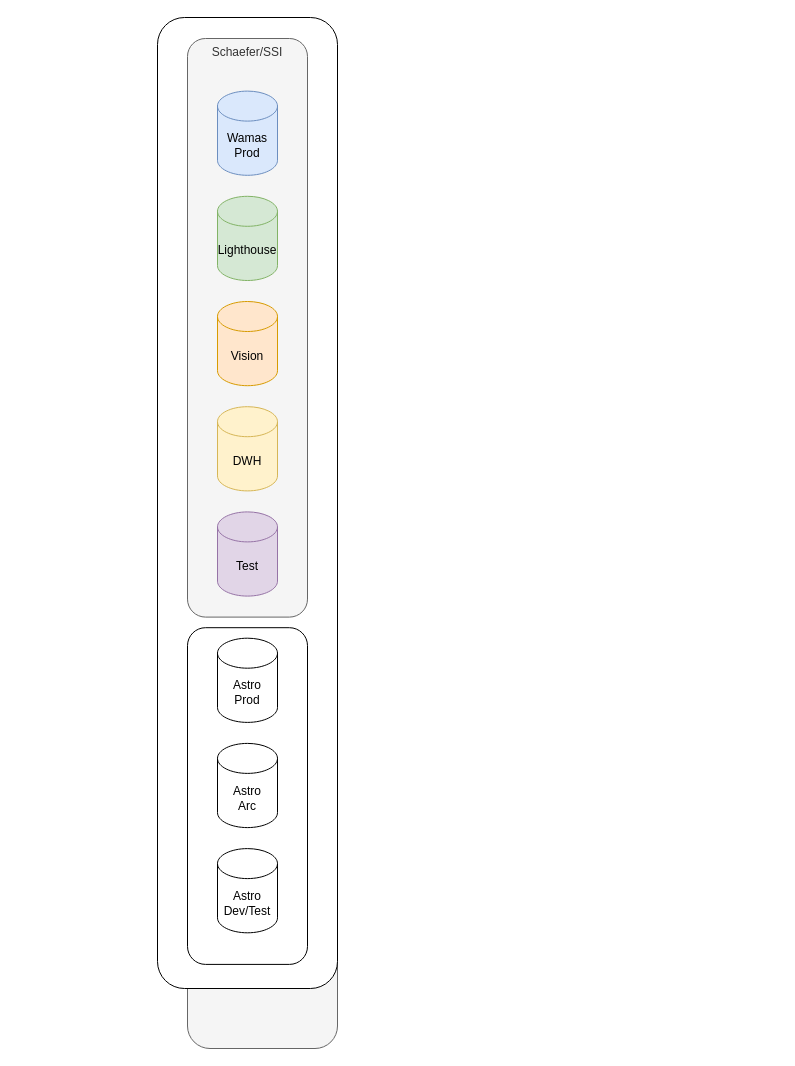
lhirdman/log4 keeps this draw.io diagram as databases_overview.drawio. Above is the earlier version. Source tidied: cells renumbered, new cells numbered last; positions are measured from the earlier drawing's top-left corner, leaving out a move shared by most shapes. Both pictures are drawn from the tidied source at 100%, with x=0, y=0 at pixel (157, 17).
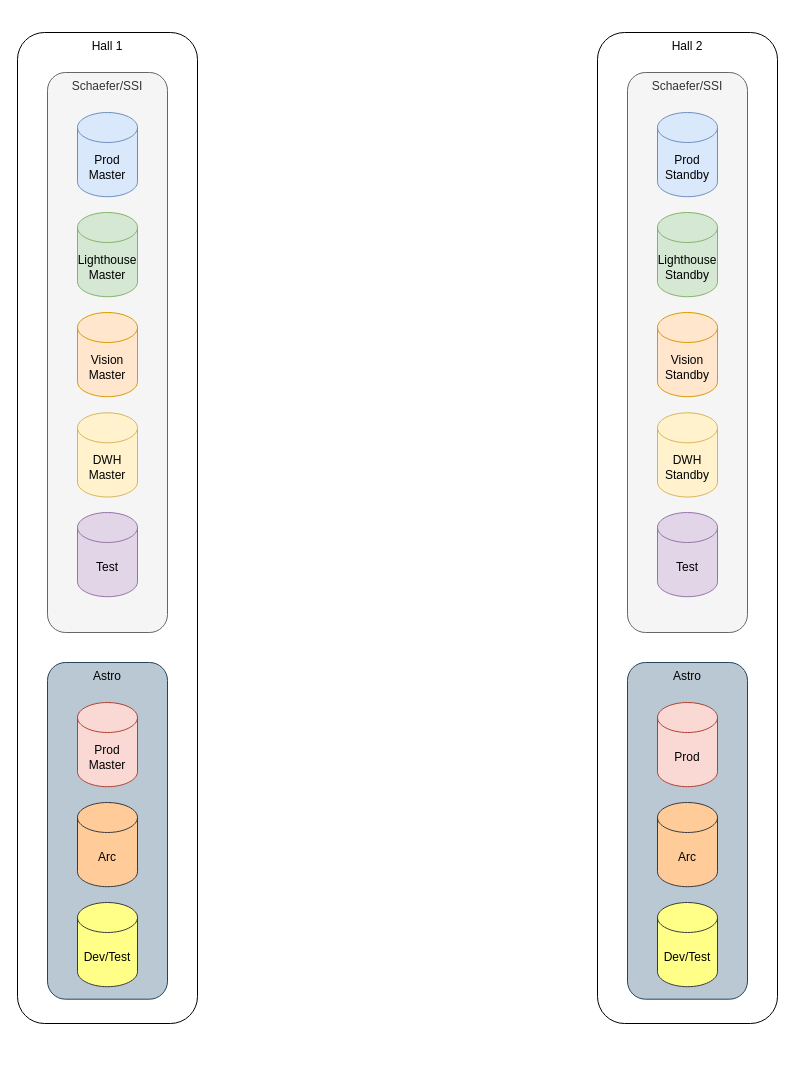
After the change.

Diff of the diagram source:
```diff
@@
-    <mxCell id="2" style="group;fillColor=#f5f5f5;fontColor=#333333;strokeColor=#666666;rounded=1;" parent="1" vertex="1">
-      <mxGeometry x="30" y="21" width="150" height="1010" as="geometry" />
-    </mxCell>
+    <mxCell id="14" style="group;" parent="1" vertex="1">
+      <mxGeometry x="-140" y="35" width="180" height="971" as="geometry" />
+    </mxCell>
-    <mxCell id="3" style="rounded=1;whiteSpace=wrap;html=1;" parent="2" vertex="1">
-      <mxGeometry x="-30" y="-21" width="180" height="971" as="geometry" />
+    <mxCell id="3" value="Hall 1" style="rounded=1;whiteSpace=wrap;html=1;verticalAlign=top;" parent="14" vertex="1">
+      <mxGeometry y="-20" width="180" height="991" as="geometry" />
     </mxCell>
-    <mxCell id="4" value="Schaefer/SSI" style="rounded=1;whiteSpace=wrap;html=1;labelPosition=center;verticalLabelPosition=middle;align=center;verticalAlign=top;fillColor=#f5f5f5;fontColor=#333333;strokeColor=#666666;" parent="2" vertex="1">
-      <mxGeometry width="120" height="578.6" as="geometry" />
+    <mxCell id="4" value="Schaefer/SSI" style="rounded=1;whiteSpace=wrap;html=1;labelPosition=center;verticalLabelPosition=middle;align=center;verticalAlign=top;fillColor=#f5f5f5;fontColor=#333333;strokeColor=#666666;" parent="14" vertex="1">
+      <mxGeometry x="30" y="20" width="120" height="560" as="geometry" />
     </mxCell>
-    <mxCell id="5" value="Wamas&lt;br&gt;Prod" style="shape=cylinder3;whiteSpace=wrap;html=1;boundedLbl=1;backgroundOutline=1;size=15;fillColor=#dae8fc;strokeColor=#6c8ebf;" parent="2" vertex="1">
-      <mxGeometry x="30" y="52.6" width="60" height="84.2" as="geometry" />
+    <mxCell id="5" value="Prod&lt;br&gt;Master" style="shape=cylinder3;whiteSpace=wrap;html=1;boundedLbl=1;backgroundOutline=1;size=15;fillColor=#dae8fc;strokeColor=#6c8ebf;" parent="14" vertex="1">
+      <mxGeometry x="60" y="60" width="60" height="84.2" as="geometry" />
     </mxCell>
-    <mxCell id="6" value="Lighthouse" style="shape=cylinder3;whiteSpace=wrap;html=1;boundedLbl=1;backgroundOutline=1;size=15;fillColor=#d5e8d4;strokeColor=#82b366;" parent="2" vertex="1">
-      <mxGeometry x="30" y="157.8" width="60" height="84.2" as="geometry" />
+    <mxCell id="6" value="Lighthouse&lt;br&gt;Master" style="shape=cylinder3;whiteSpace=wrap;html=1;boundedLbl=1;backgroundOutline=1;size=15;fillColor=#d5e8d4;strokeColor=#82b366;" parent="14" vertex="1">
+      <mxGeometry x="60" y="160" width="60" height="84.2" as="geometry" />
     </mxCell>
-    <mxCell id="7" value="Vision" style="shape=cylinder3;whiteSpace=wrap;html=1;boundedLbl=1;backgroundOutline=1;size=15;fillColor=#ffe6cc;strokeColor=#d79b00;" parent="2" vertex="1">
-      <mxGeometry x="30" y="263" width="60" height="84.2" as="geometry" />
+    <mxCell id="7" value="Vision&lt;br&gt;Master" style="shape=cylinder3;whiteSpace=wrap;html=1;boundedLbl=1;backgroundOutline=1;size=15;fillColor=#ffe6cc;strokeColor=#d79b00;" parent="14" vertex="1">
+      <mxGeometry x="60" y="260" width="60" height="84.2" as="geometry" />
     </mxCell>
-    <mxCell id="8" value="DWH" style="shape=cylinder3;whiteSpace=wrap;html=1;boundedLbl=1;backgroundOutline=1;size=15;fillColor=#fff2cc;strokeColor=#d6b656;" parent="2" vertex="1">
-      <mxGeometry x="30" y="368.2" width="60" height="84.2" as="geometry" />
+    <mxCell id="8" value="DWH&lt;br&gt;Master" style="shape=cylinder3;whiteSpace=wrap;html=1;boundedLbl=1;backgroundOutline=1;size=15;fillColor=#fff2cc;strokeColor=#d6b656;" parent="14" vertex="1">
+      <mxGeometry x="60" y="360.3" width="60" height="84.2" as="geometry" />
     </mxCell>
-    <mxCell id="9" value="Test" style="shape=cylinder3;whiteSpace=wrap;html=1;boundedLbl=1;backgroundOutline=1;size=15;fillColor=#e1d5e7;strokeColor=#9673a6;" parent="2" vertex="1">
-      <mxGeometry x="30" y="473.4" width="60" height="84.2" as="geometry" />
+    <mxCell id="9" value="Test" style="shape=cylinder3;whiteSpace=wrap;html=1;boundedLbl=1;backgroundOutline=1;size=15;fillColor=#e1d5e7;strokeColor=#9673a6;" parent="14" vertex="1">
+      <mxGeometry x="60" y="460" width="60" height="84.2" as="geometry" />
     </mxCell>
-    <mxCell id="10" style="rounded=1;whiteSpace=wrap;html=1;" parent="2" vertex="1">
-      <mxGeometry y="589.2" width="120" height="336.7" as="geometry" />
+    <mxCell id="10" value="Astro" style="rounded=1;whiteSpace=wrap;html=1;verticalAlign=top;fillColor=#bac8d3;strokeColor=#23445d;" parent="14" vertex="1">
+      <mxGeometry x="30" y="610" width="120" height="336.7" as="geometry" />
     </mxCell>
-    <mxCell id="11" value="Astro&lt;br&gt;Prod" style="shape=cylinder3;whiteSpace=wrap;html=1;boundedLbl=1;backgroundOutline=1;size=15;rounded=1;" parent="2" vertex="1">
-      <mxGeometry x="30" y="599.7" width="60" height="84.2" as="geometry" />
+    <mxCell id="11" value="Prod&lt;br&gt;Master" style="shape=cylinder3;whiteSpace=wrap;html=1;boundedLbl=1;backgroundOutline=1;size=15;rounded=1;fillColor=#fad9d5;strokeColor=#ae4132;" parent="14" vertex="1">
+      <mxGeometry x="60" y="650" width="60" height="84.2" as="geometry" />
     </mxCell>
-    <mxCell id="12" value="Astro&lt;br&gt;Arc" style="shape=cylinder3;whiteSpace=wrap;html=1;boundedLbl=1;backgroundOutline=1;size=15;rounded=1;" parent="2" vertex="1">
-      <mxGeometry x="30" y="704.9" width="60" height="84.2" as="geometry" />
+    <mxCell id="12" value="Arc" style="shape=cylinder3;whiteSpace=wrap;html=1;boundedLbl=1;backgroundOutline=1;size=15;rounded=1;fillColor=#ffcc99;strokeColor=#36393d;" parent="14" vertex="1">
+      <mxGeometry x="60" y="750" width="60" height="84.2" as="geometry" />
     </mxCell>
-    <mxCell id="13" value="Astro&lt;br&gt;Dev/Test" style="shape=cylinder3;whiteSpace=wrap;html=1;boundedLbl=1;backgroundOutline=1;size=15;rounded=1;" parent="2" vertex="1">
-      <mxGeometry x="30" y="810.1" width="60" height="84.2" as="geometry" />
+    <mxCell id="13" value="Dev/Test" style="shape=cylinder3;whiteSpace=wrap;html=1;boundedLbl=1;backgroundOutline=1;size=15;rounded=1;fillColor=#ffff88;strokeColor=#36393d;" parent="14" vertex="1">
+      <mxGeometry x="60" y="850" width="60" height="84.2" as="geometry" />
     </mxCell>
+    <mxCell id="15" style="group;" parent="1" vertex="1">
+      <mxGeometry x="440" y="35" width="180" height="971" as="geometry" />
+    </mxCell>
+    <mxCell id="16" value="Hall 2" style="rounded=1;whiteSpace=wrap;html=1;verticalAlign=top;" parent="15" vertex="1">
+      <mxGeometry y="-20" width="180" height="991" as="geometry" />
+    </mxCell>
+    <mxCell id="17" value="Schaefer/SSI" style="rounded=1;whiteSpace=wrap;html=1;labelPosition=center;verticalLabelPosition=middle;align=center;verticalAlign=top;fillColor=#f5f5f5;fontColor=#333333;strokeColor=#666666;" parent="15" vertex="1">
+      <mxGeometry x="30" y="20" width="120" height="560" as="geometry" />
+    </mxCell>
+    <mxCell id="18" value="Prod&lt;br&gt;Standby" style="shape=cylinder3;whiteSpace=wrap;html=1;boundedLbl=1;backgroundOutline=1;size=15;fillColor=#dae8fc;strokeColor=#6c8ebf;" parent="15" vertex="1">
+      <mxGeometry x="60" y="60" width="60" height="84.2" as="geometry" />
+    </mxCell>
+    <mxCell id="19" value="Lighthouse&lt;br&gt;Standby" style="shape=cylinder3;whiteSpace=wrap;html=1;boundedLbl=1;backgroundOutline=1;size=15;fillColor=#d5e8d4;strokeColor=#82b366;" parent="15" vertex="1">
+      <mxGeometry x="60" y="160" width="60" height="84.2" as="geometry" />
+    </mxCell>
+    <mxCell id="20" value="Vision&lt;br&gt;Standby" style="shape=cylinder3;whiteSpace=wrap;html=1;boundedLbl=1;backgroundOutline=1;size=15;fillColor=#ffe6cc;strokeColor=#d79b00;" parent="15" vertex="1">
+      <mxGeometry x="60" y="260" width="60" height="84.2" as="geometry" />
+    </mxCell>
+    <mxCell id="21" value="DWH&lt;br&gt;Standby" style="shape=cylinder3;whiteSpace=wrap;html=1;boundedLbl=1;backgroundOutline=1;size=15;fillColor=#fff2cc;strokeColor=#d6b656;" parent="15" vertex="1">
+      <mxGeometry x="60" y="360.3" width="60" height="84.2" as="geometry" />
+    </mxCell>
+    <mxCell id="22" value="Test" style="shape=cylinder3;whiteSpace=wrap;html=1;boundedLbl=1;backgroundOutline=1;size=15;fillColor=#e1d5e7;strokeColor=#9673a6;" parent="15" vertex="1">
+      <mxGeometry x="60" y="460" width="60" height="84.2" as="geometry" />
+    </mxCell>
+    <mxCell id="23" value="Astro" style="rounded=1;whiteSpace=wrap;html=1;verticalAlign=top;fillColor=#bac8d3;strokeColor=#23445d;" parent="15" vertex="1">
+      <mxGeometry x="30" y="610" width="120" height="336.7" as="geometry" />
+    </mxCell>
+    <mxCell id="24" value="Prod" style="shape=cylinder3;whiteSpace=wrap;html=1;boundedLbl=1;backgroundOutline=1;size=15;rounded=1;fillColor=#fad9d5;strokeColor=#ae4132;" parent="15" vertex="1">
+      <mxGeometry x="60" y="650" width="60" height="84.2" as="geometry" />
+    </mxCell>
+    <mxCell id="25" value="Arc" style="shape=cylinder3;whiteSpace=wrap;html=1;boundedLbl=1;backgroundOutline=1;size=15;rounded=1;fillColor=#ffcc99;strokeColor=#36393d;" parent="15" vertex="1">
+      <mxGeometry x="60" y="750" width="60" height="84.2" as="geometry" />
+    </mxCell>
+    <mxCell id="26" value="Dev/Test" style="shape=cylinder3;whiteSpace=wrap;html=1;boundedLbl=1;backgroundOutline=1;size=15;rounded=1;fillColor=#ffff88;strokeColor=#36393d;" parent="15" vertex="1">
+      <mxGeometry x="60" y="850" width="60" height="84.2" as="geometry" />
+    </mxCell>
```
